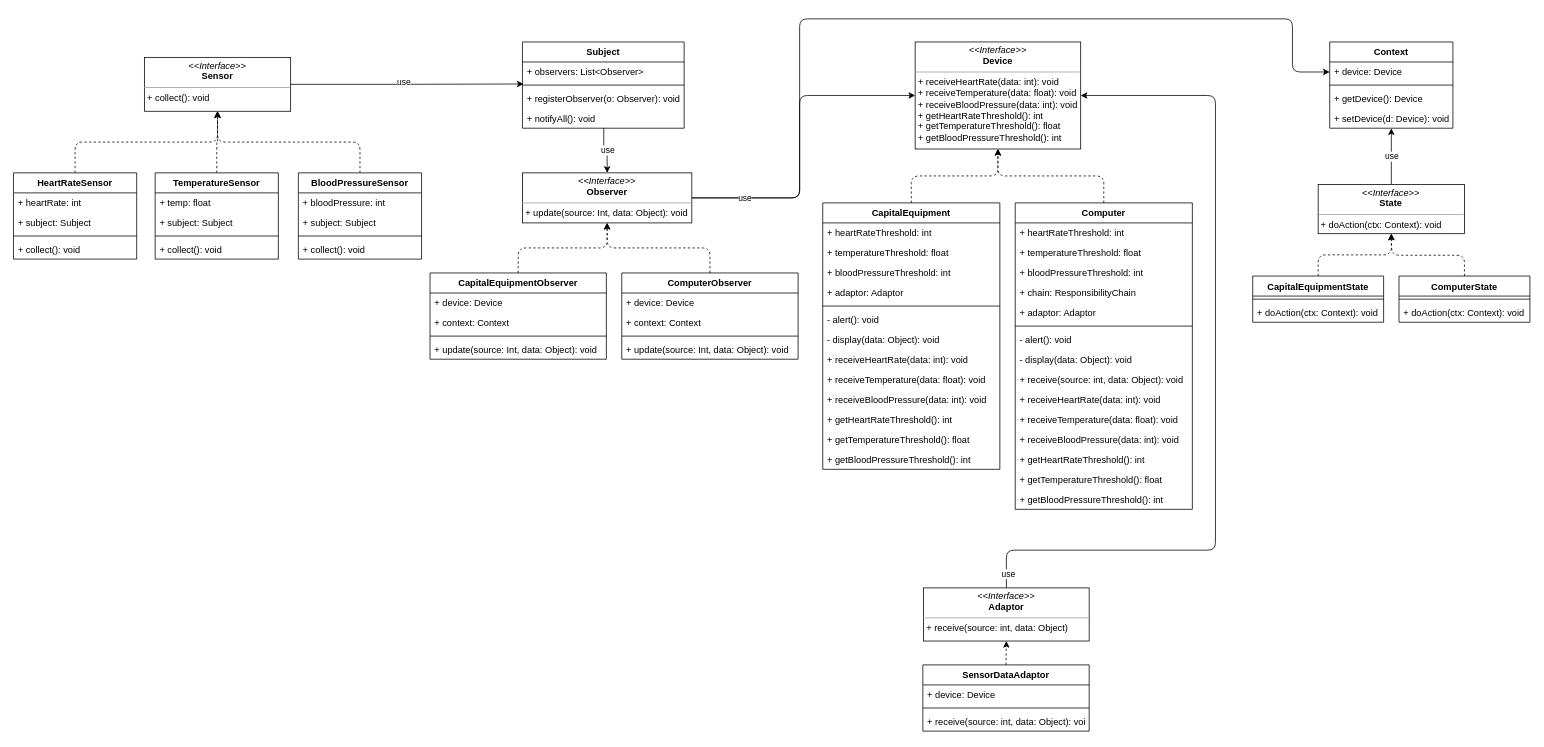
Before: CSE5422/FINAL_EXAM.drawio in justxuewei/draw.io, a draw.io diagram. Source tidied: cells renumbered, new cells numbered last; positions are measured from the earlier drawing's top-left corner, leaving out a move shared by most shapes. Both pictures are drawn from the tidied source at 77%, with x=0, y=0 at pixel (13, 18).
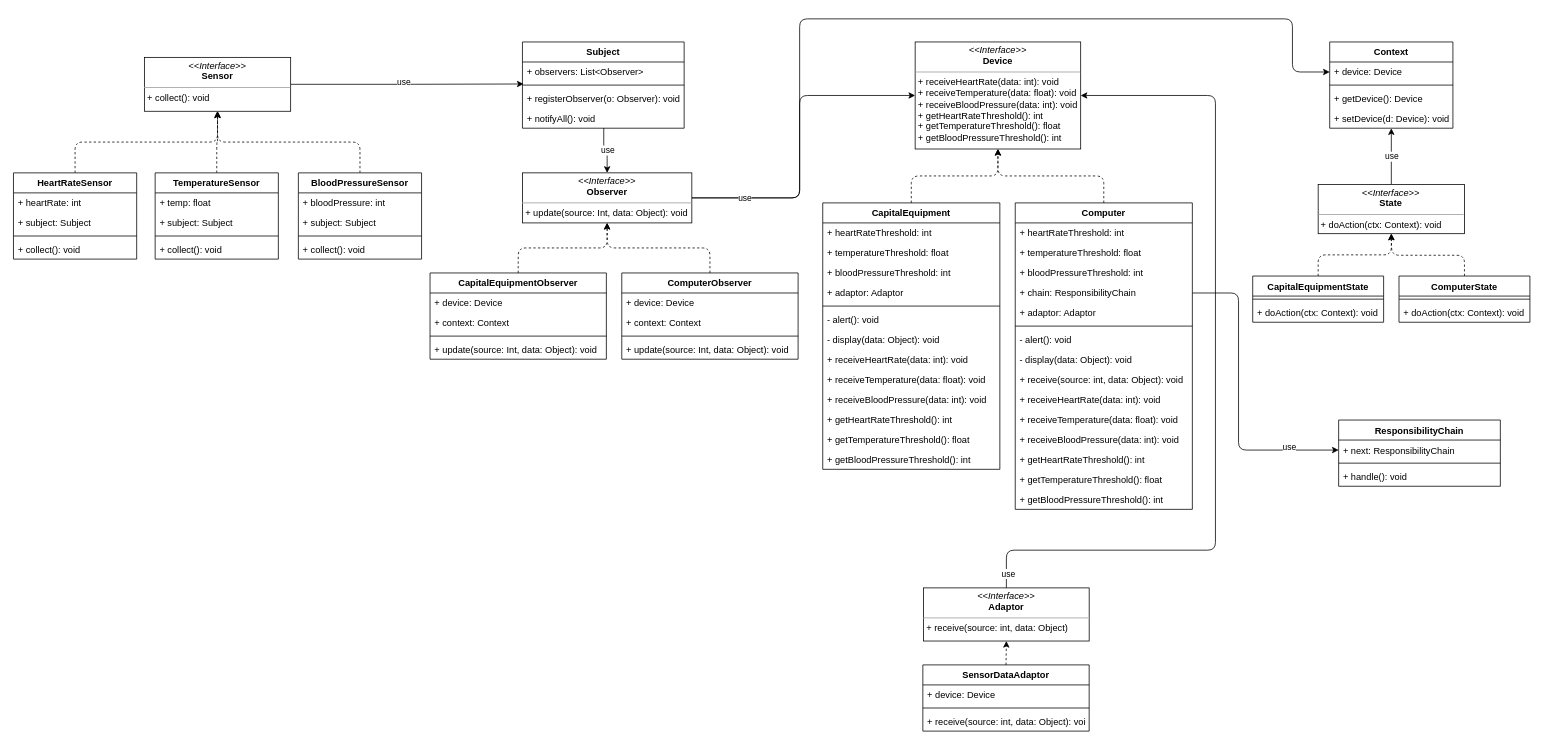
Above is the later version.

Unchanged cells that the change refers to:
```xml
<mxCell id="83" value="+ chain: ResponsibilityChain" style="text;strokeColor=none;fillColor=none;align=left;verticalAlign=top;spacingLeft=4;spacingRight=4;overflow=hidden;points=[[0,0.5],[1,0.5]];portConstraint=eastwest;" parent="79" vertex="1">
  <mxGeometry y="104" width="230" height="26" as="geometry" />
</mxCell>
```

The edit, as a diff of the source:
```diff
@@
+    <mxCell id="103" value="ResponsibilityChain" style="swimlane;fontStyle=1;align=center;verticalAlign=top;horizontal=1;startSize=26;" parent="1" vertex="1">
+      <mxGeometry x="1721" y="521" width="210" height="86" as="geometry" />
+    </mxCell>
+    <mxCell id="104" value="+ next: ResponsibilityChain" style="text;strokeColor=none;fillColor=none;align=left;verticalAlign=top;spacingLeft=4;spacingRight=4;overflow=hidden;points=[[0,0.5],[1,0.5]];portConstraint=eastwest;" parent="103" vertex="1">
+      <mxGeometry y="26" width="210" height="26" as="geometry" />
+    </mxCell>
+    <mxCell id="105" style="line;strokeWidth=1;fillColor=none;align=left;verticalAlign=middle;spacingTop=-1;spacingLeft=3;spacingRight=3;labelPosition=right;" parent="103" vertex="1">
+      <mxGeometry y="52" width="210" height="8" as="geometry" />
+    </mxCell>
+    <mxCell id="106" value="+ handle(): void" style="text;strokeColor=none;fillColor=none;align=left;verticalAlign=top;spacingLeft=4;spacingRight=4;overflow=hidden;" parent="103" vertex="1">
+      <mxGeometry y="60" width="210" height="26" as="geometry" />
+    </mxCell>
+    <mxCell id="107" style="edgeStyle=orthogonalEdgeStyle;rounded=1;jettySize=auto;html=1;exitX=1;exitY=0.5;exitDx=0;exitDy=0;entryX=0;entryY=0.5;entryDx=0;entryDy=0;startArrow=none;startFill=0;endArrow=classic;endFill=1;" parent="1" edge="1" source="83" target="104">
+      <mxGeometry relative="1" as="geometry">
+        <Array as="points">
+          <mxPoint x="1591" y="356" />
+          <mxPoint x="1591" y="560" />
+        </Array>
+      </mxGeometry>
+    </mxCell>
+    <mxCell id="108" value="use" style="edgeLabel;html=1;align=center;verticalAlign=middle;" parent="107" vertex="1">
+      <mxGeometry x="0.67" y="4" relative="1" as="geometry" />
+    </mxCell>
```
